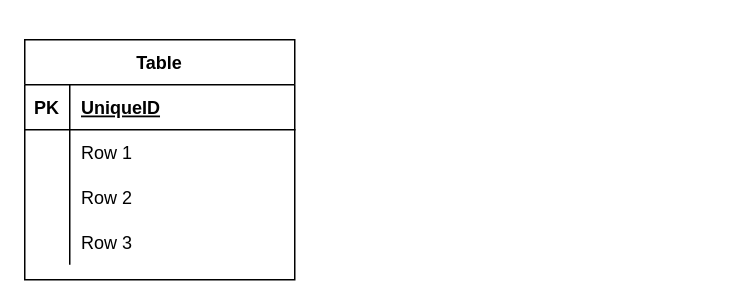
mcrcodes-daytimemonks/quiz-app keeps this draw.io diagram as Untitled Diagram.drawio. Above is the earlier version. Source tidied: cells renumbered, new cells numbered last; positions are measured from the earlier drawing's top-left corner, leaving out a move shared by most shapes. Both pictures are drawn from the tidied source at 150%, with x=0, y=0 at pixel (24, 39).
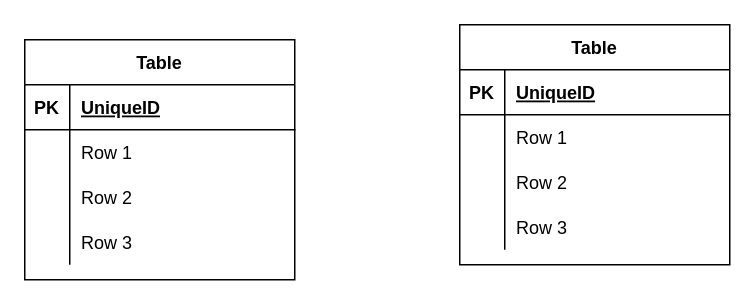
The same diagram, later.

Change to the diagram source:
```diff
@@
+    <mxCell id="15" value="Table" style="shape=table;startSize=30;childLayout=tableLayout;rowLines=0;fontStyle=1;align=center;" parent="1" vertex="1">
+      <mxGeometry x="290" y="-10" width="180" height="160" as="geometry" />
+    </mxCell>
+    <mxCell id="16" style="shape=tableRow;horizontal=0;startSize=0;swimlaneHead=0;swimlaneBody=0;fillColor=none;top=0;left=0;right=0;bottom=1;" parent="15" vertex="1">
+      <mxGeometry y="30" width="180" height="30" as="geometry" />
+    </mxCell>
+    <mxCell id="17" value="PK" style="shape=partialRectangle;fillColor=none;top=0;left=0;bottom=0;right=0;fontStyle=1;overflow=hidden;" parent="16" vertex="1">
+      <mxGeometry width="30" height="30" as="geometry" />
+    </mxCell>
+    <mxCell id="18" value="UniqueID" style="shape=partialRectangle;fillColor=none;top=0;left=0;bottom=0;right=0;align=left;spacingLeft=6;fontStyle=5;overflow=hidden;" parent="16" vertex="1">
+      <mxGeometry x="30" width="150" height="30" as="geometry" />
+    </mxCell>
+    <mxCell id="19" style="shape=tableRow;horizontal=0;startSize=0;swimlaneHead=0;swimlaneBody=0;fillColor=none;top=0;left=0;right=0;bottom=0;" parent="15" vertex="1">
+      <mxGeometry y="60" width="180" height="30" as="geometry" />
+    </mxCell>
+    <mxCell id="20" style="shape=partialRectangle;fillColor=none;top=0;left=0;bottom=0;right=0;overflow=hidden;" parent="19" vertex="1">
+      <mxGeometry width="30" height="30" as="geometry" />
+    </mxCell>
+    <mxCell id="21" value="Row 1" style="shape=partialRectangle;fillColor=none;top=0;left=0;bottom=0;right=0;align=left;spacingLeft=6;overflow=hidden;" parent="19" vertex="1">
+      <mxGeometry x="30" width="150" height="30" as="geometry" />
+    </mxCell>
+    <mxCell id="22" style="shape=tableRow;horizontal=0;startSize=0;swimlaneHead=0;swimlaneBody=0;fillColor=none;top=0;left=0;right=0;bottom=0;" parent="15" vertex="1">
+      <mxGeometry y="90" width="180" height="30" as="geometry" />
+    </mxCell>
+    <mxCell id="23" style="shape=partialRectangle;fillColor=none;top=0;left=0;bottom=0;right=0;overflow=hidden;" parent="22" vertex="1">
+      <mxGeometry width="30" height="30" as="geometry" />
+    </mxCell>
+    <mxCell id="24" value="Row 2" style="shape=partialRectangle;fillColor=none;top=0;left=0;bottom=0;right=0;align=left;spacingLeft=6;overflow=hidden;" parent="22" vertex="1">
+      <mxGeometry x="30" width="150" height="30" as="geometry" />
+    </mxCell>
+    <mxCell id="25" style="shape=tableRow;horizontal=0;startSize=0;swimlaneHead=0;swimlaneBody=0;fillColor=none;top=0;left=0;right=0;bottom=0;" parent="15" vertex="1">
+      <mxGeometry y="120" width="180" height="30" as="geometry" />
+    </mxCell>
+    <mxCell id="26" style="shape=partialRectangle;fillColor=none;top=0;left=0;bottom=0;right=0;overflow=hidden;" parent="25" vertex="1">
+      <mxGeometry width="30" height="30" as="geometry" />
+    </mxCell>
+    <mxCell id="27" value="Row 3" style="shape=partialRectangle;fillColor=none;top=0;left=0;bottom=0;right=0;align=left;spacingLeft=6;overflow=hidden;" parent="25" vertex="1">
+      <mxGeometry x="30" width="150" height="30" as="geometry" />
+    </mxCell>
```
